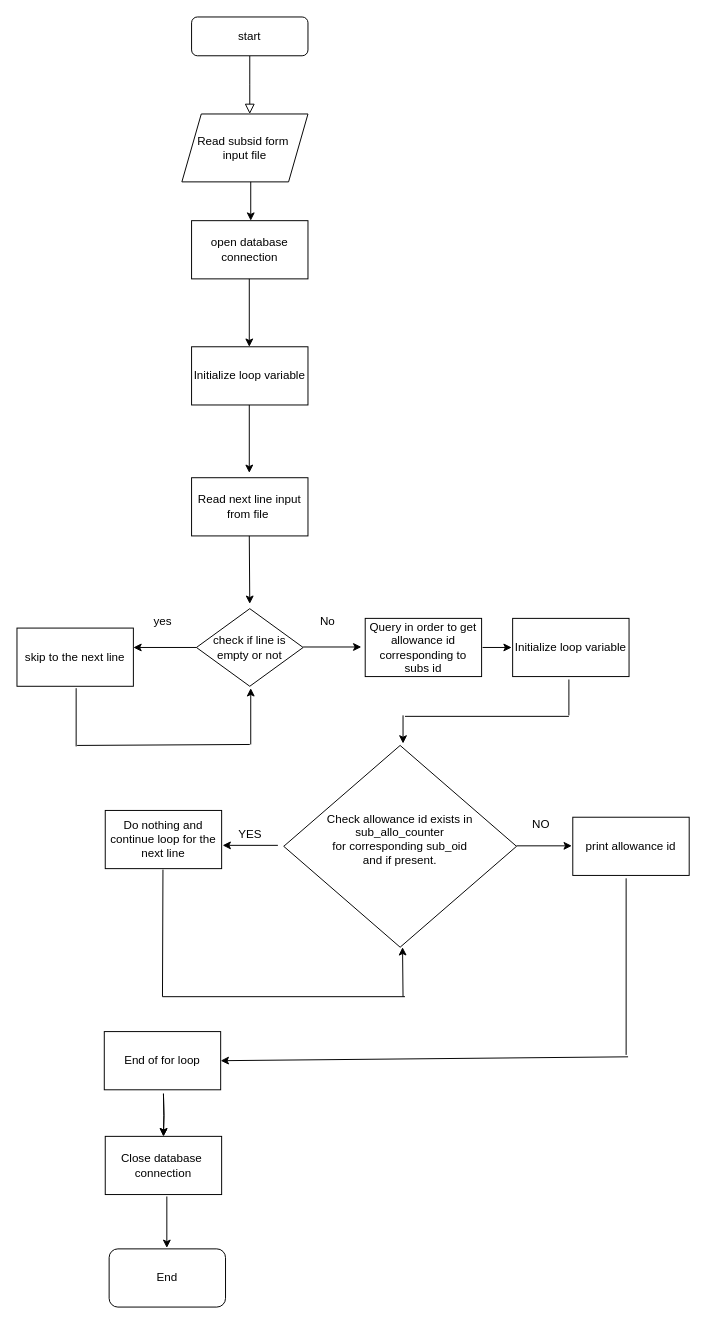
The draw.io diagram Untitled Diagram.drawio in amit-jha99/cv, before the edit. Source tidied: cells renumbered, new cells numbered last; positions are measured from the earlier drawing's top-left corner, leaving out a move shared by most shapes. Both pictures are drawn from the tidied source at 97%, with x=0, y=0 at pixel (16, 16).
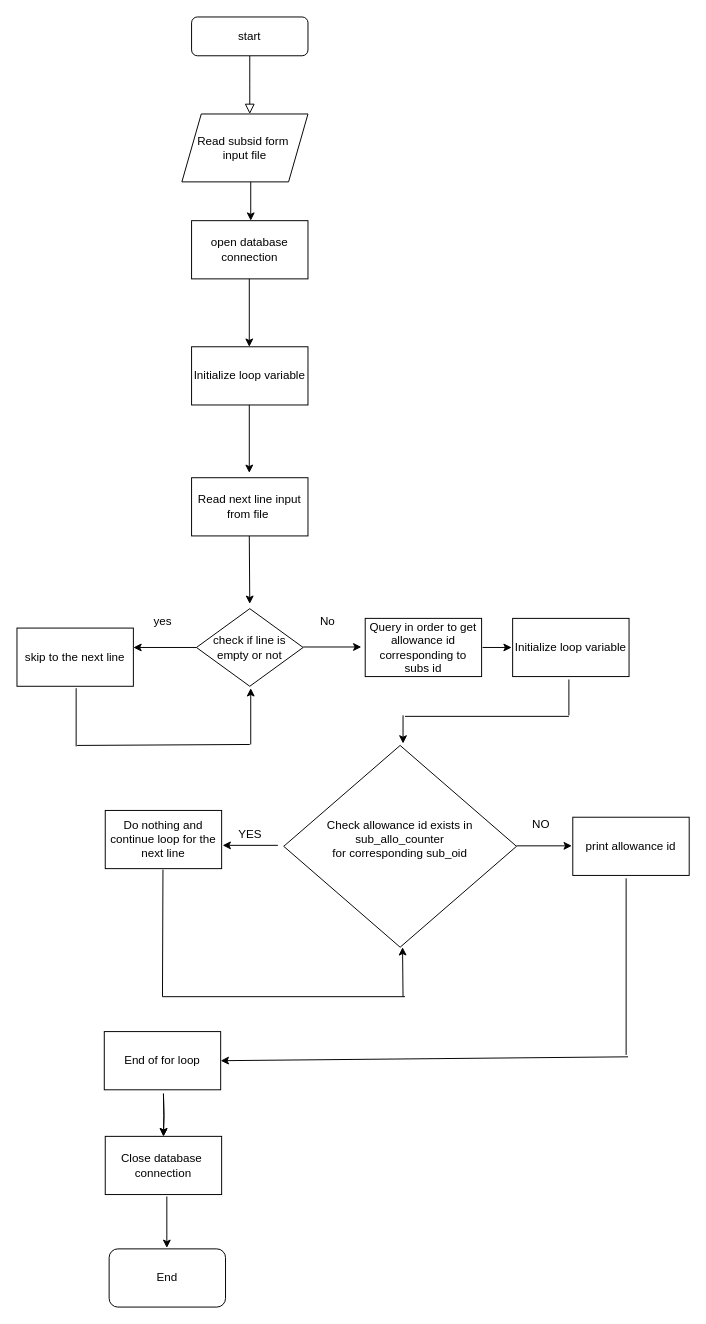
After the change.

Change to the diagram source:
```diff
@@
-    <mxCell id="18" value="Check allowance id exists in&lt;div&gt;sub_allo_counter&lt;/div&gt;&lt;div&gt;for corresponding sub_oid&lt;/div&gt;&lt;div&gt;and if present.&lt;/div&gt;&lt;div&gt;&lt;br&gt;&lt;/div&gt;" style="rhombus;whiteSpace=wrap;html=1;" parent="1" vertex="1">
+    <mxCell id="18" value="Check allowance id exists in&lt;div&gt;sub_allo_counter&lt;/div&gt;&lt;div&gt;for corresponding sub_oid&lt;/div&gt;&lt;div&gt;&lt;br&gt;&lt;/div&gt;" style="rhombus;whiteSpace=wrap;html=1;" parent="1" vertex="1">
       <mxGeometry x="275" y="751" width="240" height="208" as="geometry" />
     </mxCell>
```
